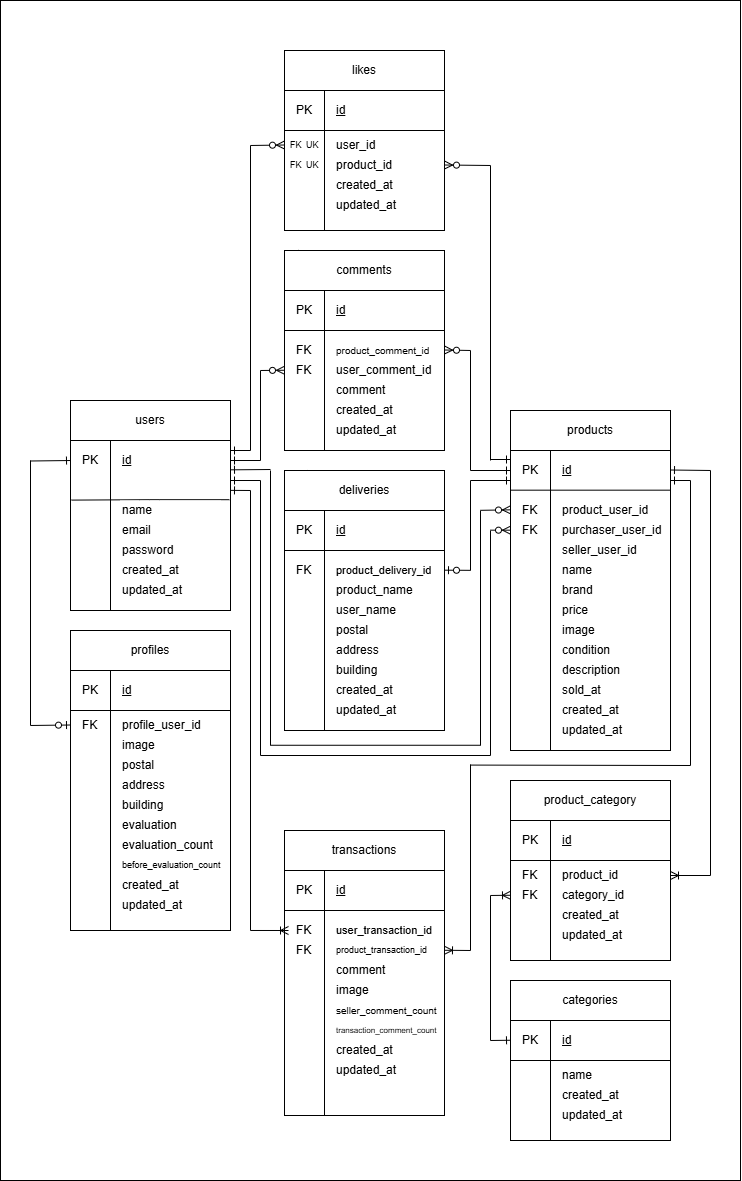
Above: coachtech-flea-pro-exam.png in aocyan/coachtech-flea-pro-exam (draw.io), before the change. Source tidied: cells renumbered, new cells last; positions are measured from the earlier drawing's top-left corner, leaving out a move shared by most shapes.
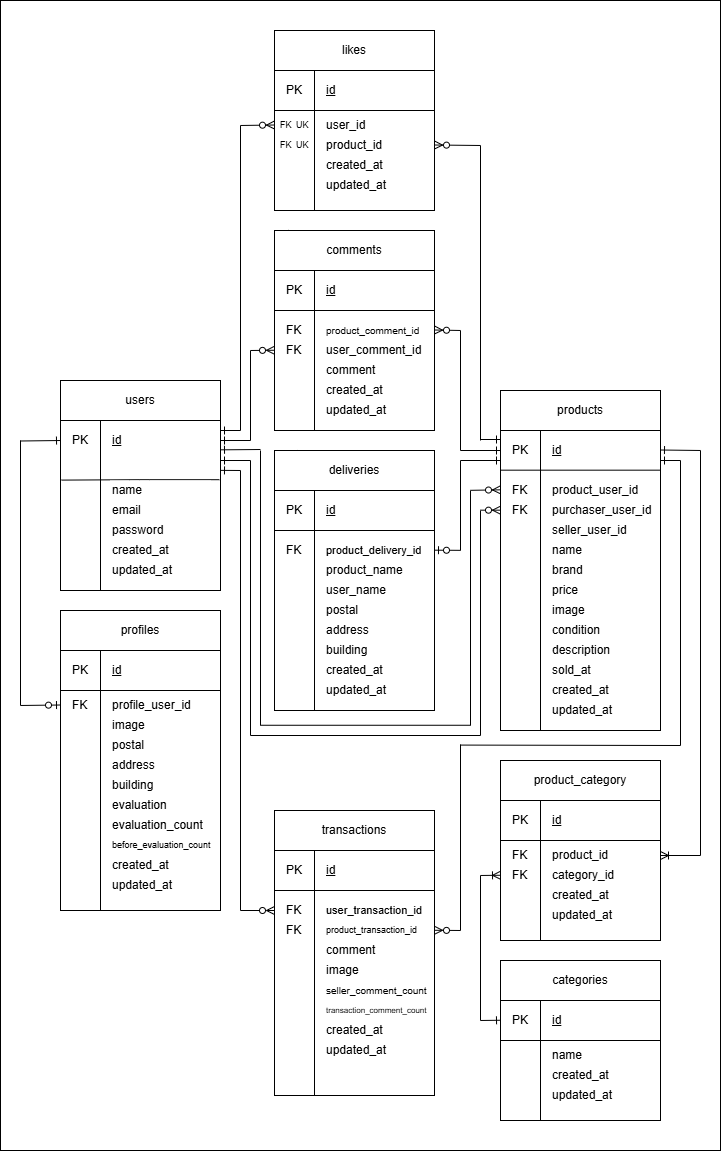
Above is the later version.

Diff of the diagram source:
```diff
@@ -3,7 +3,7 @@
     <mxCell id="0" />
     <mxCell id="1" parent="0" />
     <mxCell id="2" style="rounded=0;whiteSpace=wrap;html=1;" parent="1" vertex="1">
-      <mxGeometry width="740" height="1180" as="geometry" />
+      <mxGeometry x="10" y="20" width="720" height="1150" as="geometry" />
     </mxCell>
     <mxCell id="3" style="whiteSpace=wrap;html=1;" parent="1" vertex="1">
       <mxGeometry x="70" y="410" width="160" height="200" as="geometry" />
@@ -784,13 +784,13 @@
         <mxPoint x="250" y="930" as="targetPoint" />
       </mxGeometry>
     </mxCell>
-    <mxCell id="179" style="endArrow=ERoneToMany;html=1;endFill=0;" parent="1" edge="1">
+    <mxCell id="179" style="endArrow=ERzeroToMany;html=1;endFill=0;" parent="1" edge="1">
       <mxGeometry relative="1" as="geometry">
         <mxPoint x="250" y="930" as="sourcePoint" />
-        <mxPoint x="288" y="930" as="targetPoint" />
+        <mxPoint x="284" y="930" as="targetPoint" />
       </mxGeometry>
     </mxCell>
-    <mxCell id="180" style="endArrow=none;html=1;endFill=0;startArrow=ERoneToMany;startFill=0;" parent="1" edge="1">
+    <mxCell id="180" style="endArrow=none;html=1;endFill=0;startArrow=ERzeroToMany;startFill=0;" parent="1" edge="1">
       <mxGeometry relative="1" as="geometry">
         <mxPoint x="444" y="949.8" as="sourcePoint" />
         <mxPoint x="470" y="950" as="targetPoint" />
```
